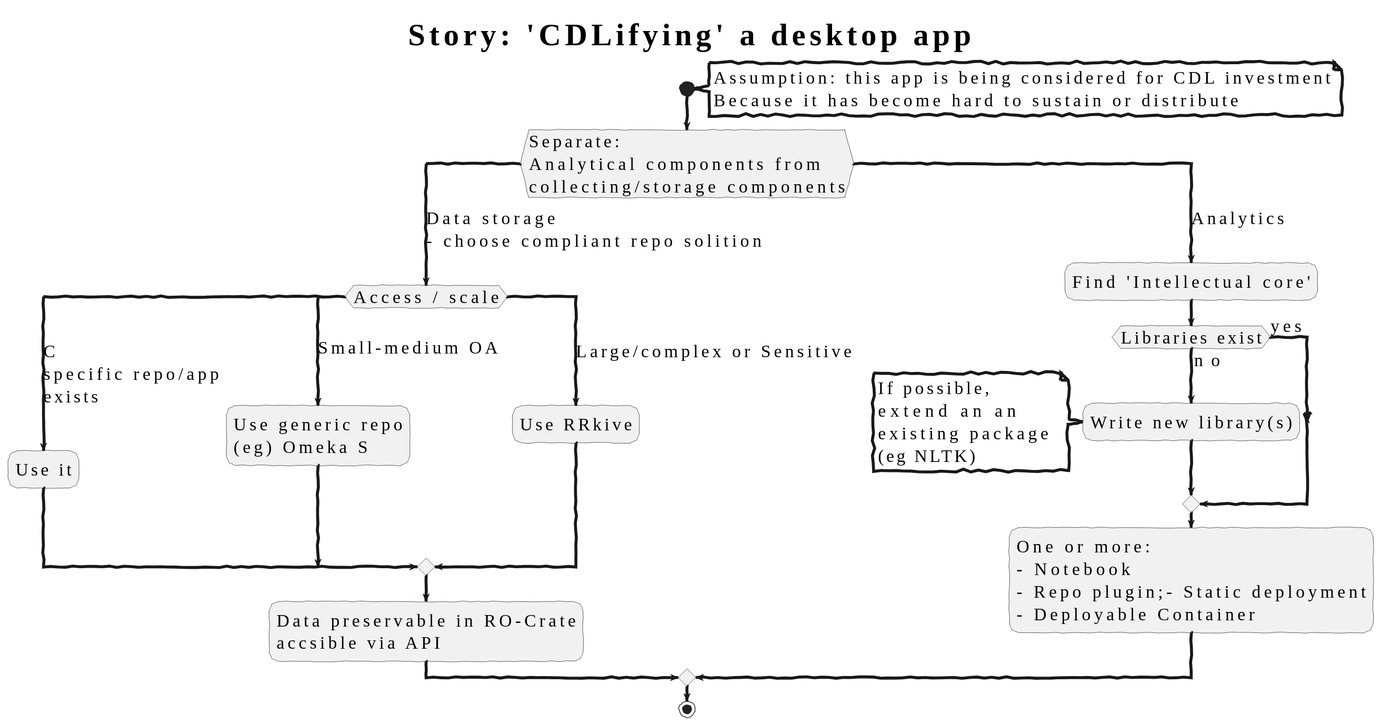
The PlantUML diagram phase2/redo-desktop-app.svg in ptsefton/cdl-diagrams, before a commit. The source it was exported from:
```plantuml
@startuml
!include_many ./data-lab-style.md
title: Story: 'CDLifying' a desktop app

start
note right
Assumption: this app is being considered for CDL investment
Because it has become hard to sustain or distribute
end note

switch (Separate: \nAnalytical components from\ncollecting/storage components)

case (Data storage\n- choose compliant repo solition)
  switch (Access / scale)

    case (C\nspecific repo/app\nexists)
        :Use it;
    case (Small-medium OA)
        :Use generic repo\n(eg) Omeka S;
    case (Large/complex or Sensitive)
        :Use RRkive;


  endswitch
  :Data preservable in RO-Crate\naccsible via API;
case (Analytics)
    :Find 'Intellectual core';
    if (Libraries exist) then (yes)

    else (no)
        :Write new library(s);
        note left
            If possible,
            extend an an
            existing package
            (eg NLTK)
        end note
    endif
    :One or more:\n- Notebook\n- Repo plugin;- Static deployment\n- Deployable Container;
endswitch




stop
@enduml
```
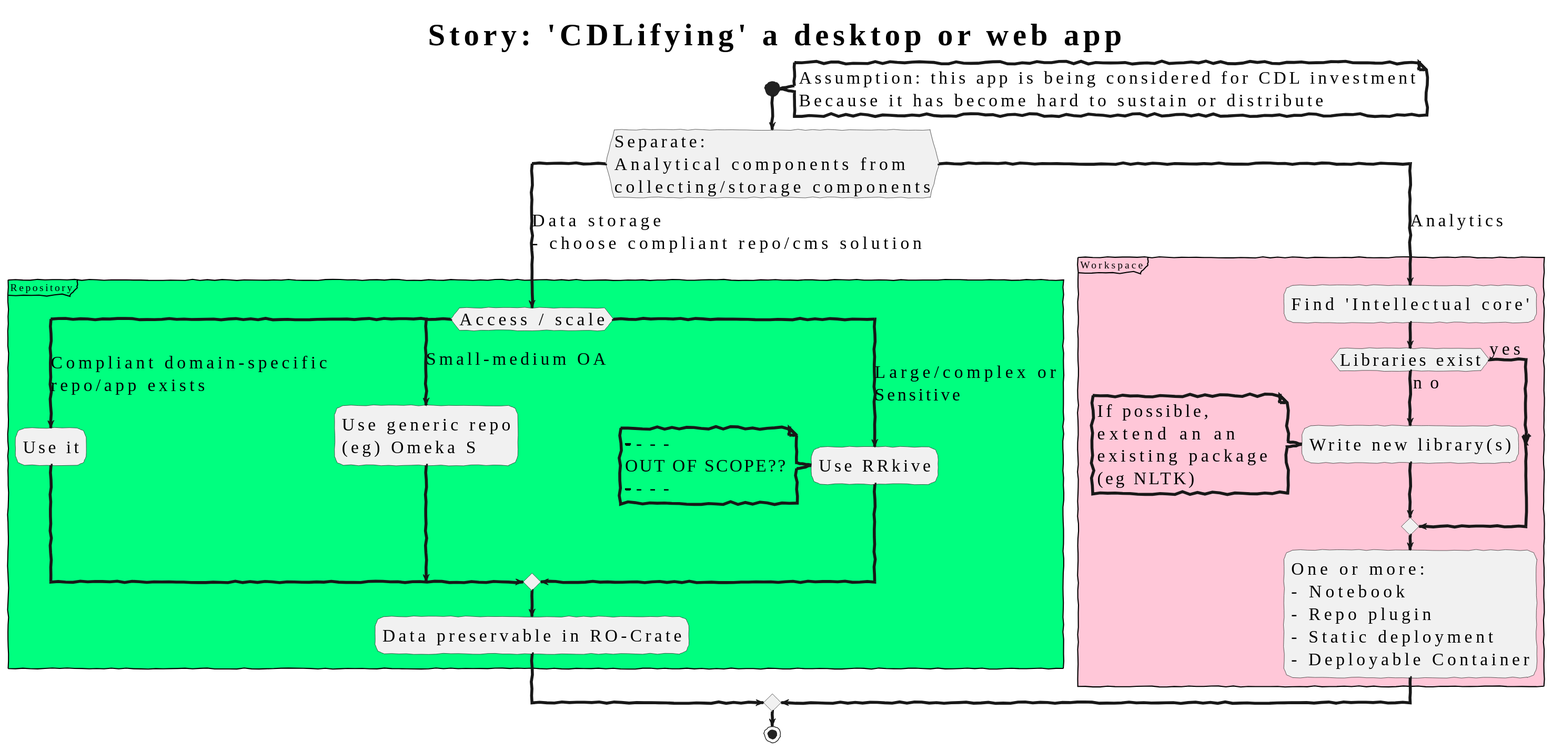
The same file after the commit.

What changed in the source:
```diff
@@ -1,6 +1,6 @@
 @startuml
 !include_many ./data-lab-style.md
-title: Story: 'CDLifying' a desktop app
+title: Story: 'CDLifying' a desktop or web app
 
 start
 note right
@@ -10,20 +10,26 @@
 
 switch (Separate: \nAnalytical components from\ncollecting/storage components)
 
-case (Data storage\n- choose compliant repo solition)
+case (Data storage\n- choose compliant repo/cms solution)
+partition #springgreen Repository  {
   switch (Access / scale)
 
-    case (C\nspecific repo/app\nexists)
+    case (Compliant domain-specific\nrepo/app exists)
         :Use it;
     case (Small-medium OA)
         :Use generic repo\n(eg) Omeka S;
-    case (Large/complex or Sensitive)
+    case (Large/complex or\nSensitive)
         :Use RRkive;
-
-
+        note left
+            --------
+            OUT OF SCOPE??
+            --------
+        end note
   endswitch
-  :Data preservable in RO-Crate\naccsible via API;
+  :Data preservable in RO-Crate;
+}
 case (Analytics)
+partition #FFC7D8 Workspace {
     :Find 'Intellectual core';
     if (Libraries exist) then (yes)
 
@@ -36,7 +42,8 @@
             (eg NLTK)
         end note
     endif
-    :One or more:\n- Notebook\n- Repo plugin;- Static deployment\n- Deployable Container;
+    :One or more:\n- Notebook\n- Repo plugin\n- Static deployment\n- Deployable Container;
+}
 endswitch
 
 
```
